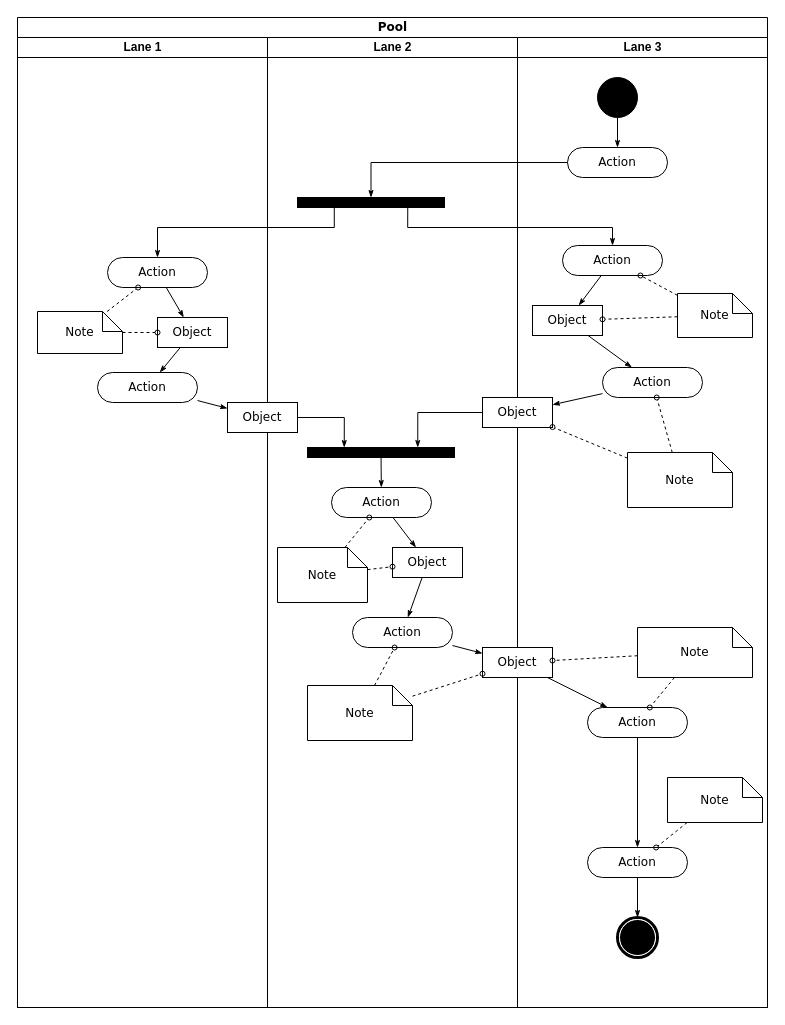
Hidayadie/Program-si-sharp keeps this draw.io diagram as Program UAS/Relasi Class.drawio. Above is the earlier version. Source tidied: cells renumbered, new cells numbered last; positions are measured from the earlier drawing's top-left corner, leaving out a move shared by most shapes. Both pictures are drawn from the tidied source at 100%, with x=0, y=0 at pixel (17, 17).
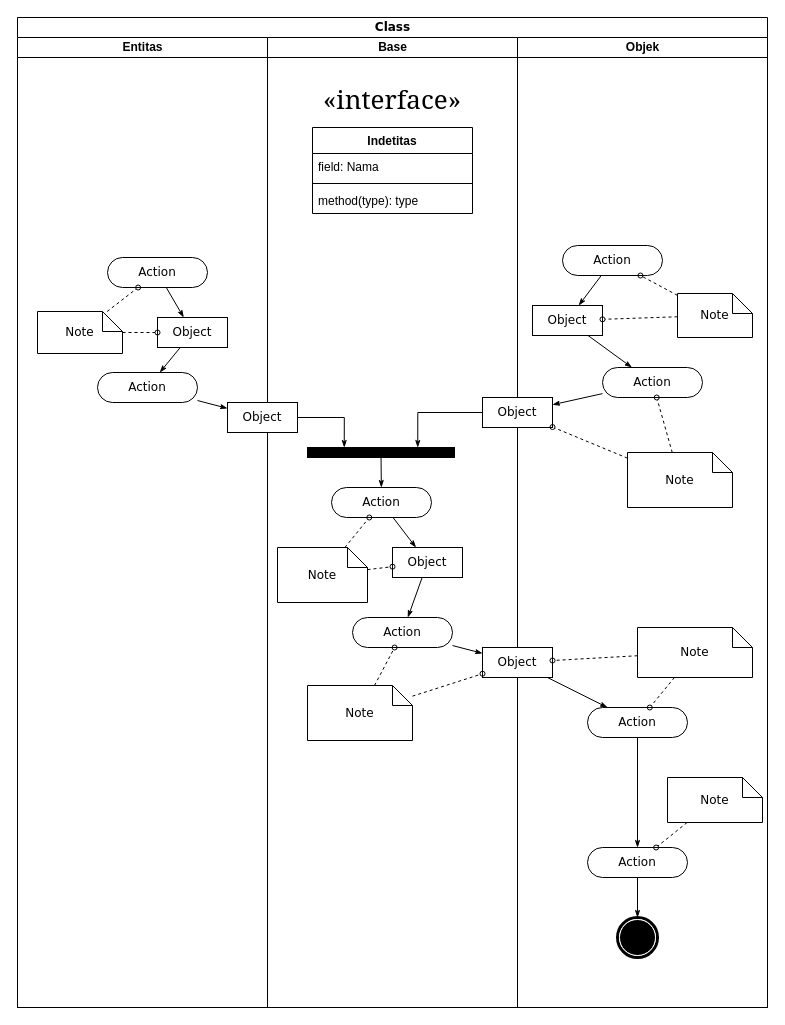
After the change.

The change refers to these unchanged cells:
```xml
<mxCell id="5" value="Action" style="rounded=1;whiteSpace=wrap;html=1;shadow=0;comic=0;labelBackgroundColor=none;strokeWidth=1;fontFamily=Verdana;fontSize=12;align=center;arcSize=50;" parent="3" vertex="1">
  <mxGeometry x="90" y="220" width="100" height="30" as="geometry" />
</mxCell>
<mxCell id="33" value="Action" style="rounded=1;whiteSpace=wrap;html=1;shadow=0;comic=0;labelBackgroundColor=none;strokeWidth=1;fontFamily=Verdana;fontSize=12;align=center;arcSize=50;" parent="28" vertex="1">
  <mxGeometry x="45" y="208" width="100" height="30" as="geometry" />
</mxCell>
```

Change to the diagram source:
```diff
@@
-    <mxCell id="2" value="Pool" style="swimlane;html=1;startSize=20;rounded=0;shadow=0;comic=0;labelBackgroundColor=none;strokeWidth=1;fontFamily=Verdana;fontSize=12;align=center;" parent="1" vertex="1">
+    <mxCell id="2" value="Class" style="swimlane;html=1;startSize=20;rounded=0;shadow=0;comic=0;labelBackgroundColor=none;strokeWidth=1;fontFamily=Verdana;fontSize=12;align=center;" parent="1" vertex="1">
       <mxGeometry width="750" height="990" as="geometry" />
     </mxCell>
-    <mxCell id="3" value="Lane 1" style="swimlane;html=1;startSize=20;" parent="2" vertex="1">
+    <mxCell id="3" value="Entitas" style="swimlane;html=1;startSize=20;" parent="2" vertex="1">
       <mxGeometry y="20" width="250" height="970" as="geometry" />
     </mxCell>
@@
-    <mxCell id="12" value="Lane 2" style="swimlane;html=1;startSize=20;" parent="2" vertex="1">
+    <mxCell id="12" value="Base" style="swimlane;html=1;startSize=20;" parent="2" vertex="1">
       <mxGeometry x="250" y="20" width="250" height="970" as="geometry" />
     </mxCell>
-    <mxCell id="13" style="whiteSpace=wrap;html=1;rounded=0;shadow=0;comic=0;labelBackgroundColor=none;strokeWidth=1;fillColor=#000000;fontFamily=Verdana;fontSize=12;align=center;rotation=0;" parent="12" vertex="1">
-      <mxGeometry x="30" y="160" width="147" height="10" as="geometry" />
-    </mxCell>
@@
+    <mxCell id="64" value="«interface»" style="text;whiteSpace=wrap;html=1;fontFamily=Georgia;fontSize=26;align=center;" parent="12" vertex="1">
+      <mxGeometry x="35" y="40" width="180" height="50" as="geometry" />
+    </mxCell>
+    <mxCell id="65" value="&lt;b&gt;Indetitas&lt;/b&gt;" style="swimlane;fontStyle=1;align=center;verticalAlign=top;horizontal=1;startSize=26;whiteSpace=wrap;html=1;" parent="12" vertex="1">
+      <mxGeometry x="45" y="90" width="160" height="86" as="geometry" />
+    </mxCell>
+    <mxCell id="66" value="field: Nama " style="text;strokeColor=none;fillColor=none;align=left;verticalAlign=top;spacingLeft=4;spacingRight=4;overflow=hidden;whiteSpace=wrap;html=1;" parent="65" vertex="1">
+      <mxGeometry y="26" width="160" height="26" as="geometry" />
+    </mxCell>
+    <mxCell id="67" style="line;strokeWidth=1;fillColor=none;align=left;verticalAlign=middle;spacingTop=-1;spacingLeft=3;spacingRight=3;labelPosition=right;strokeColor=inherit;" parent="65" vertex="1">
+      <mxGeometry y="52" width="160" height="8" as="geometry" />
+    </mxCell>
+    <mxCell id="68" value="method(type): type" style="text;strokeColor=none;fillColor=none;align=left;verticalAlign=top;spacingLeft=4;spacingRight=4;overflow=hidden;whiteSpace=wrap;html=1;" parent="65" vertex="1">
+      <mxGeometry y="60" width="160" height="26" as="geometry" />
+    </mxCell>
-    <mxCell id="28" value="Lane 3" style="swimlane;html=1;startSize=20;" parent="2" vertex="1">
+    <mxCell id="28" value="Objek" style="swimlane;html=1;startSize=20;" parent="2" vertex="1">
       <mxGeometry x="500" y="20" width="250" height="970" as="geometry" />
     </mxCell>
-    <mxCell id="29" style="edgeStyle=orthogonalEdgeStyle;rounded=0;html=1;labelBackgroundColor=none;startArrow=none;startFill=0;startSize=5;endArrow=classicThin;endFill=1;endSize=5;jettySize=auto;strokeWidth=1;fontFamily=Verdana;fontSize=12;" parent="28" edge="1" source="30" target="31">
-      <mxGeometry relative="1" as="geometry" />
-    </mxCell>
-    <mxCell id="30" style="ellipse;whiteSpace=wrap;html=1;rounded=0;shadow=0;comic=0;labelBackgroundColor=none;strokeWidth=1;fillColor=#000000;fontFamily=Verdana;fontSize=12;align=center;" parent="28" vertex="1">
-      <mxGeometry x="80" y="40" width="40" height="40" as="geometry" />
-    </mxCell>
-    <mxCell id="31" value="Action" style="rounded=1;whiteSpace=wrap;html=1;shadow=0;comic=0;labelBackgroundColor=none;strokeWidth=1;fontFamily=Verdana;fontSize=12;align=center;arcSize=50;" parent="28" vertex="1">
-      <mxGeometry x="50" y="110" width="100" height="30" as="geometry" />
-    </mxCell>
@@
-    <mxCell id="57" style="edgeStyle=orthogonalEdgeStyle;rounded=0;html=1;entryX=0.5;entryY=0;labelBackgroundColor=none;startArrow=none;startFill=0;startSize=5;endArrow=classicThin;endFill=1;endSize=5;jettySize=auto;strokeWidth=1;fontFamily=Verdana;fontSize=12;" parent="2" edge="1" source="31" target="13">
-      <mxGeometry relative="1" as="geometry">
-        <Array as="points">
-          <mxPoint x="354" y="145" />
-        </Array>
-      </mxGeometry>
-    </mxCell>
-    <mxCell id="58" style="edgeStyle=orthogonalEdgeStyle;rounded=0;html=1;exitX=0.75;exitY=1;labelBackgroundColor=none;startArrow=none;startFill=0;startSize=5;endArrow=classicThin;endFill=1;endSize=5;jettySize=auto;strokeWidth=1;fontFamily=Verdana;fontSize=12;" parent="2" edge="1" source="13" target="33">
-      <mxGeometry relative="1" as="geometry">
-        <Array as="points">
-          <mxPoint x="390" y="210" />
-          <mxPoint x="595" y="210" />
-        </Array>
-      </mxGeometry>
-    </mxCell>
-    <mxCell id="59" style="edgeStyle=orthogonalEdgeStyle;rounded=0;html=1;exitX=0.25;exitY=1;entryX=0.5;entryY=0;labelBackgroundColor=none;startArrow=none;startFill=0;startSize=5;endArrow=classicThin;endFill=1;endSize=5;jettySize=auto;strokeWidth=1;fontFamily=Verdana;fontSize=12;" parent="2" edge="1" source="13" target="5">
-      <mxGeometry relative="1" as="geometry">
-        <Array as="points">
-          <mxPoint x="317" y="210" />
-          <mxPoint x="140" y="210" />
-        </Array>
-      </mxGeometry>
-    </mxCell>
```
